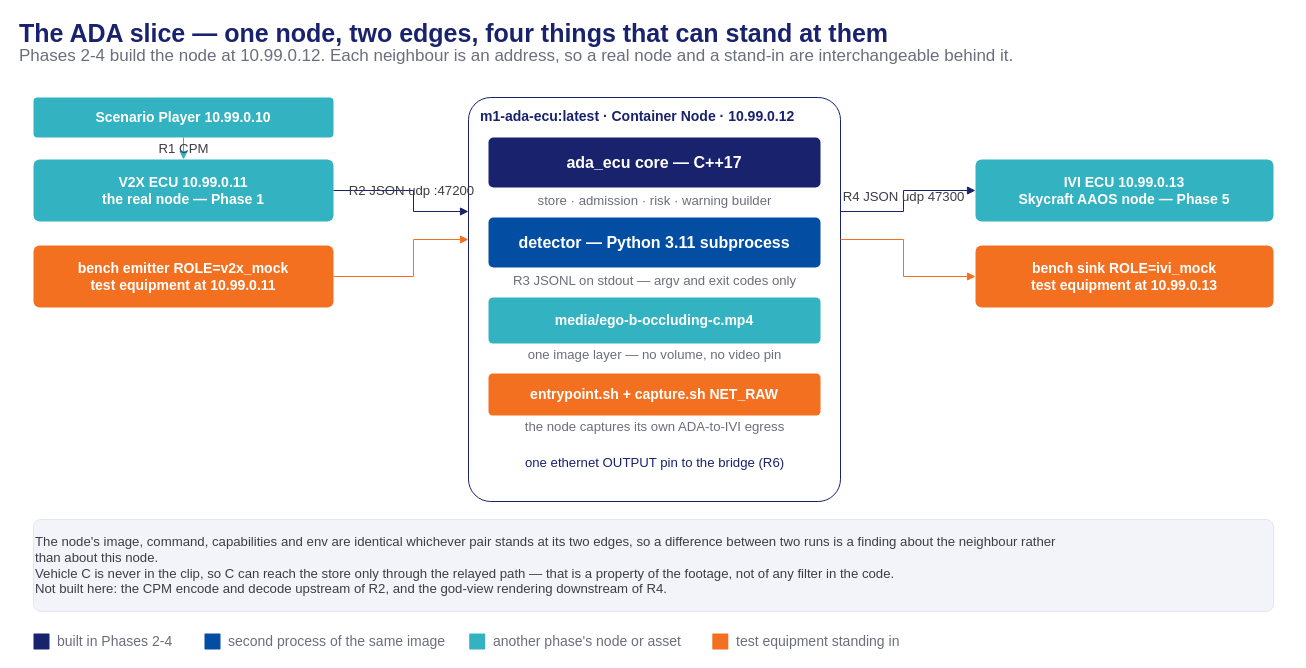
Above: presentation/assets/phase2-4-ada-slice.drawio in mnpham2101/FPT-Hackathon2026 (draw.io), before the change. Source tidied: cells renumbered, new cells numbered last; positions are measured from the earlier drawing's top-left corner, leaving out a move shared by most shapes. Both pictures are drawn from the tidied source at 100%, with x=0, y=0 at pixel (17, 21).
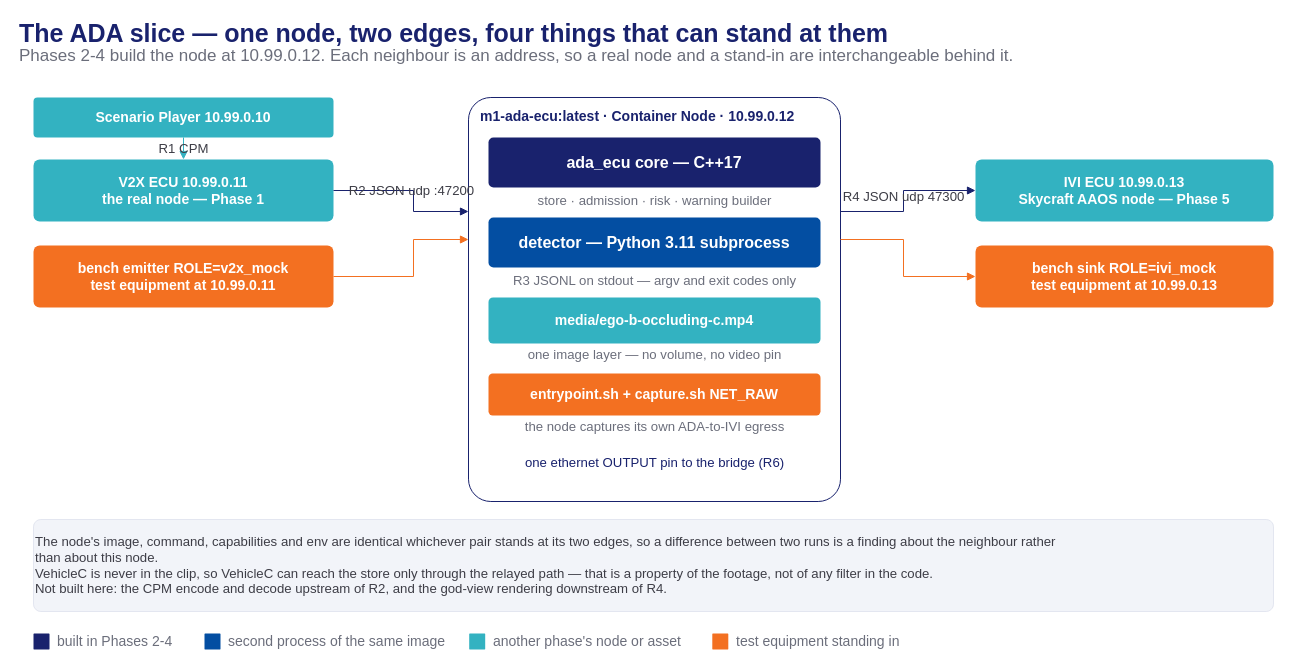
The same diagram, later.

The edit, as a diff of the source:
```diff
@@
-    <mxCell id="24" value="The node's image, command, capabilities and env are identical whichever pair stands at its two edges, so a difference between two runs is a finding about the neighbour rather&#10;than about this node.&#10;Vehicle C is never in the clip, so C can reach the store only through the relayed path — that is a property of the footage, not of any filter in the code.&#10;Not built here: the CPM encode and decode upstream of R2, and the god-view rendering downstream of R4." style="rounded=1;arcSize=8;html=1;fillColor=#f2f4f9;strokeColor=#e3e6f0;fontColor=#3d3d46;fontSize=13.2;fontStyle=0;whiteSpace=wrap;verticalAlign=middle;align=left;" parent="1" vertex="1">
+    <mxCell id="24" value="The node's image, command, capabilities and env are identical whichever pair stands at its two edges, so a difference between two runs is a finding about the neighbour rather&#10;than about this node.&#10;VehicleC is never in the clip, so VehicleC can reach the store only through the relayed path — that is a property of the footage, not of any filter in the code.&#10;Not built here: the CPM encode and decode upstream of R2, and the god-view rendering downstream of R4." style="rounded=1;arcSize=8;html=1;fillColor=#f2f4f9;strokeColor=#e3e6f0;fontColor=#3d3d46;fontSize=13.2;fontStyle=0;whiteSpace=wrap;verticalAlign=middle;align=left;" parent="1" vertex="1">
       <mxGeometry x="16" y="498" width="1240" height="92" as="geometry" />
     </mxCell>
```
